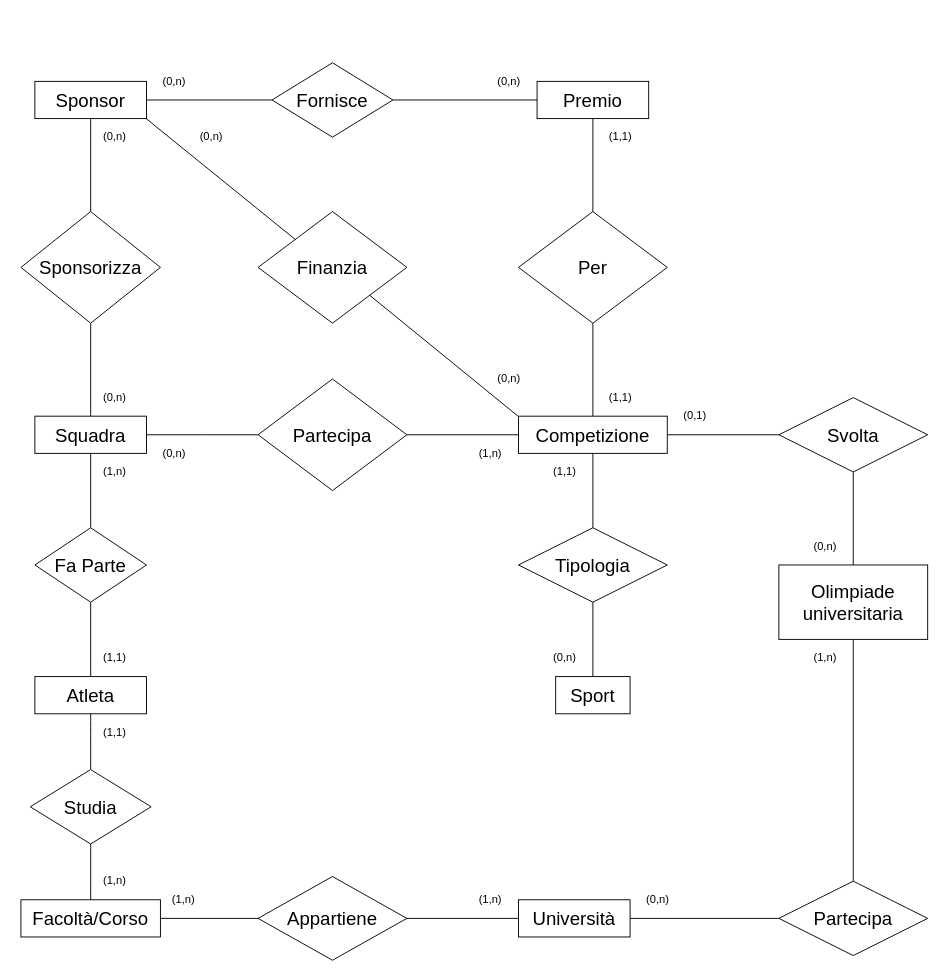
This is page "Schema E-R" (1 of 2) of Olimpiadi Samuele.drawio from giovannivelludo/database-project, a draw.io file, before an edit. Source tidied: cells renumbered, new cells numbered last; positions are measured from the earlier drawing's top-left corner, leaving out a move shared by most shapes. Both pictures are drawn from the tidied source at 93%, with x=0, y=0 at pixel (20, 62).
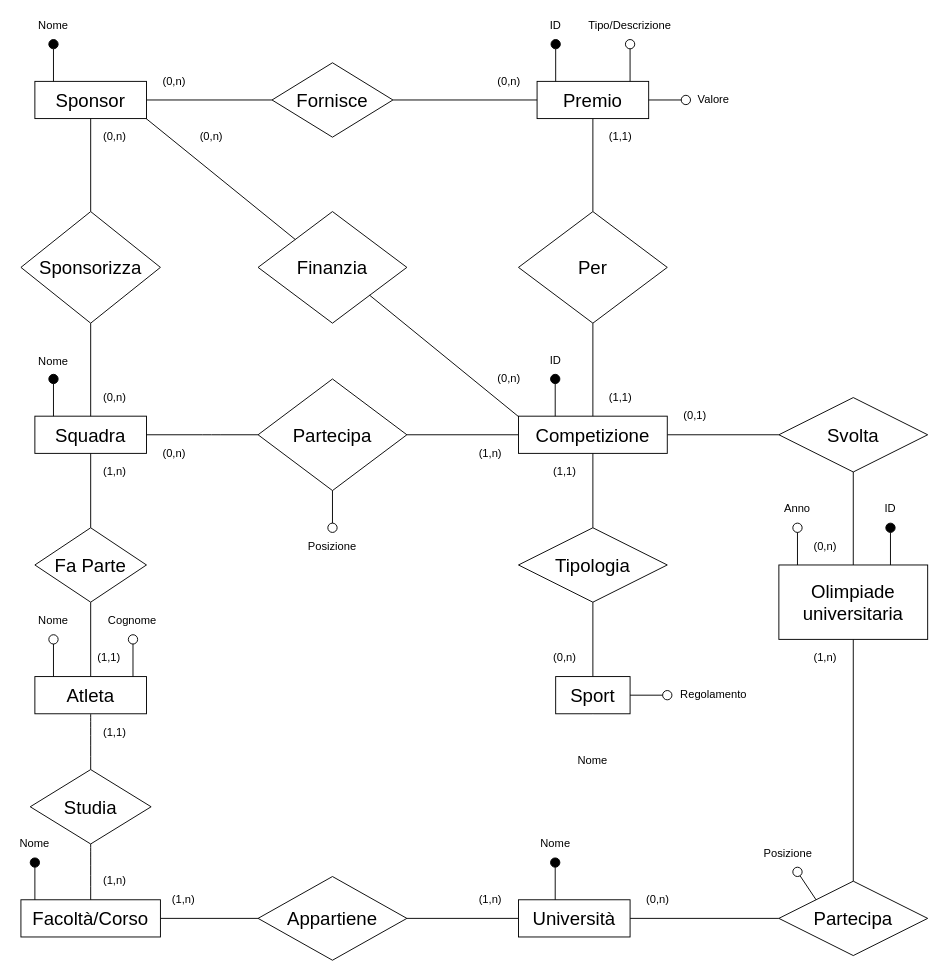
The same page after the edit.

Commit message:
Aggiunti attributi

Unchanged cells that the change refers to:
```xml
<mxCell id="3" value="&lt;font style=&quot;font-size: 20px&quot;&gt;Partecipa&lt;/font&gt;" style="rhombus;whiteSpace=wrap;html=1;" parent="1" vertex="1">
  <mxGeometry x="255" y="340" width="160" height="120" as="geometry" />
</mxCell>
<mxCell id="11" value="Sport" style="rounded=0;whiteSpace=wrap;html=1;fontSize=20;" parent="1" vertex="1">
  <mxGeometry x="575" y="660" width="80" height="40" as="geometry" />
</mxCell>
<mxCell id="42" value="Premio" style="rounded=0;whiteSpace=wrap;html=1;horizontal=1;fontSize=20;comic=0;glass=0;shadow=0;" parent="1" vertex="1">
  <mxGeometry x="555" y="20" width="120" height="40" as="geometry" />
</mxCell>
```

The edit, as a diff of the source:
```diff
@@
     <mxCell id="26" value="(1,1)" style="text;html=1;strokeColor=none;fillColor=none;align=center;verticalAlign=middle;whiteSpace=wrap;rounded=0;" parent="1" vertex="1">
-      <mxGeometry x="81" y="630" width="40" height="20" as="geometry" />
+      <mxGeometry x="75" y="630" width="40" height="20" as="geometry" />
     </mxCell>
@@
+    <mxCell id="66" style="endArrow=oval;html=1;endFill=1;endSize=10;rounded=0;strokeColor=#FFFFFF;" parent="1" edge="1">
+      <mxGeometry relative="1" as="geometry">
+        <mxPoint x="615" y="701" as="sourcePoint" />
+        <mxPoint x="615" y="740" as="targetPoint" />
+      </mxGeometry>
+    </mxCell>
+    <mxCell id="67" value="Nome" style="text;html=1;strokeColor=none;fillColor=none;align=center;verticalAlign=middle;whiteSpace=wrap;rounded=0;" parent="1" vertex="1">
+      <mxGeometry x="595" y="740" width="40" height="20" as="geometry" />
+    </mxCell>
+    <mxCell id="68" style="endArrow=oval;html=1;endFill=1;endSize=10;" parent="1" edge="1">
+      <mxGeometry relative="1" as="geometry">
+        <mxPoint x="574.5" y="380" as="sourcePoint" />
+        <mxPoint x="574.5" y="340" as="targetPoint" />
+      </mxGeometry>
+    </mxCell>
+    <mxCell id="69" value="ID" style="text;html=1;strokeColor=none;fillColor=none;align=center;verticalAlign=middle;whiteSpace=wrap;rounded=0;spacing=2;spacingBottom=0;imageWidth=24;labelPadding=0;" parent="1" vertex="1">
+      <mxGeometry x="555" y="310" width="40" height="20" as="geometry" />
+    </mxCell>
+    <mxCell id="70" style="endArrow=oval;html=1;endFill=1;endSize=10;" parent="1" edge="1">
+      <mxGeometry relative="1" as="geometry">
+        <mxPoint x="935" y="540" as="sourcePoint" />
+        <mxPoint x="935" y="500" as="targetPoint" />
+      </mxGeometry>
+    </mxCell>
+    <mxCell id="71" value="ID" style="text;html=1;strokeColor=none;fillColor=none;align=center;verticalAlign=middle;whiteSpace=wrap;rounded=0;" parent="1" vertex="1">
+      <mxGeometry x="915" y="470" width="40" height="20" as="geometry" />
+    </mxCell>
+    <mxCell id="72" style="endArrow=oval;html=1;endFill=1;endSize=10;" parent="1" edge="1">
+      <mxGeometry relative="1" as="geometry">
+        <mxPoint x="574.5" y="900" as="sourcePoint" />
+        <mxPoint x="574.5" y="860" as="targetPoint" />
+      </mxGeometry>
+    </mxCell>
+    <mxCell id="73" value="Nome" style="text;html=1;strokeColor=none;fillColor=none;align=center;verticalAlign=middle;whiteSpace=wrap;rounded=0;" parent="1" vertex="1">
+      <mxGeometry x="555" y="830" width="40" height="20" as="geometry" />
+    </mxCell>
+    <mxCell id="74" style="endArrow=oval;html=1;endFill=1;endSize=10;" parent="1" edge="1">
+      <mxGeometry relative="1" as="geometry">
+        <mxPoint x="15" y="900" as="sourcePoint" />
+        <mxPoint x="15" y="860" as="targetPoint" />
+      </mxGeometry>
+    </mxCell>
+    <mxCell id="75" value="Nome" style="text;html=1;strokeColor=none;fillColor=none;align=center;verticalAlign=middle;whiteSpace=wrap;rounded=0;" parent="1" vertex="1">
+      <mxGeometry x="-5" y="830" width="40" height="20" as="geometry" />
+    </mxCell>
+    <mxCell id="76" style="endArrow=oval;html=1;endFill=1;endSize=10;" parent="1" edge="1">
+      <mxGeometry relative="1" as="geometry">
+        <mxPoint x="35" y="380" as="sourcePoint" />
+        <mxPoint x="35" y="340" as="targetPoint" />
+      </mxGeometry>
+    </mxCell>
+    <mxCell id="77" value="Nome" style="text;html=1;strokeColor=none;fillColor=none;align=center;verticalAlign=middle;whiteSpace=wrap;rounded=0;" parent="1" vertex="1">
+      <mxGeometry x="15" y="311" width="40" height="20" as="geometry" />
+    </mxCell>
+    <mxCell id="78" value="Nome" style="text;html=1;strokeColor=none;fillColor=none;align=center;verticalAlign=middle;whiteSpace=wrap;rounded=0;" parent="1" vertex="1">
+      <mxGeometry x="15" y="590" width="40" height="20" as="geometry" />
+    </mxCell>
+    <mxCell id="79" style="endArrow=oval;html=1;endFill=0;endSize=10;" parent="1" edge="1">
+      <mxGeometry relative="1" as="geometry">
+        <mxPoint x="120.5" y="660" as="sourcePoint" />
+        <mxPoint x="120.5" y="620" as="targetPoint" />
+      </mxGeometry>
+    </mxCell>
+    <mxCell id="80" value="Cognome" style="text;html=1;strokeColor=none;fillColor=none;align=center;verticalAlign=middle;whiteSpace=wrap;rounded=0;" parent="1" vertex="1">
+      <mxGeometry x="100" y="590" width="40" height="20" as="geometry" />
+    </mxCell>
+    <mxCell id="81" style="endArrow=oval;html=1;endFill=1;endSize=10;" parent="1" edge="1">
+      <mxGeometry relative="1" as="geometry">
+        <mxPoint x="35" y="20" as="sourcePoint" />
+        <mxPoint x="35" y="-20" as="targetPoint" />
+      </mxGeometry>
+    </mxCell>
+    <mxCell id="82" value="Nome" style="text;html=1;strokeColor=none;fillColor=none;align=center;verticalAlign=middle;whiteSpace=wrap;rounded=0;" parent="1" vertex="1">
+      <mxGeometry x="15" y="-50" width="40" height="20" as="geometry" />
+    </mxCell>
+    <mxCell id="83" style="endArrow=oval;html=1;endFill=1;endSize=10;" parent="1" edge="1">
+      <mxGeometry relative="1" as="geometry">
+        <mxPoint x="575" y="20" as="sourcePoint" />
+        <mxPoint x="575" y="-20" as="targetPoint" />
+      </mxGeometry>
+    </mxCell>
+    <mxCell id="84" value="ID" style="text;html=1;strokeColor=none;fillColor=none;align=center;verticalAlign=middle;whiteSpace=wrap;rounded=0;" parent="1" vertex="1">
+      <mxGeometry x="555" y="-50" width="40" height="20" as="geometry" />
+    </mxCell>
+    <mxCell id="85" style="endArrow=oval;html=1;endFill=0;endSize=10;" parent="1" edge="1">
+      <mxGeometry relative="1" as="geometry">
+        <mxPoint x="655" y="20" as="sourcePoint" />
+        <mxPoint x="655" y="-20" as="targetPoint" />
+      </mxGeometry>
+    </mxCell>
+    <mxCell id="86" value="Tipo/Descrizione" style="text;html=1;strokeColor=none;fillColor=none;align=center;verticalAlign=middle;whiteSpace=wrap;rounded=0;" parent="1" vertex="1">
+      <mxGeometry x="635" y="-50" width="40" height="20" as="geometry" />
+    </mxCell>
+    <mxCell id="87" style="endArrow=oval;html=1;endFill=0;endSize=10;exitX=1;exitY=0.5;exitDx=0;exitDy=0;" parent="1" edge="1" source="42">
+      <mxGeometry relative="1" as="geometry">
+        <mxPoint x="715" y="40" as="targetPoint" />
+      </mxGeometry>
+    </mxCell>
+    <mxCell id="88" value="Valore" style="text;html=1;strokeColor=none;fillColor=none;align=center;verticalAlign=middle;whiteSpace=wrap;rounded=0;" parent="1" vertex="1">
+      <mxGeometry x="725" y="30" width="40" height="20" as="geometry" />
+    </mxCell>
+    <mxCell id="89" style="endArrow=oval;html=1;endFill=0;endSize=10;" parent="1" edge="1">
+      <mxGeometry relative="1" as="geometry">
+        <mxPoint x="855" y="900" as="sourcePoint" />
+        <mxPoint x="835" y="870" as="targetPoint" />
+      </mxGeometry>
+    </mxCell>
+    <mxCell id="90" value="Posizione" style="text;html=1;strokeColor=none;fillColor=none;align=center;verticalAlign=middle;whiteSpace=wrap;rounded=0;" parent="1" vertex="1">
+      <mxGeometry x="805" y="840" width="40" height="20" as="geometry" />
+    </mxCell>
+    <mxCell id="91" style="endArrow=oval;html=1;endFill=0;endSize=10;" parent="1" edge="1">
+      <mxGeometry relative="1" as="geometry">
+        <mxPoint x="835" y="540" as="sourcePoint" />
+        <mxPoint x="835" y="500" as="targetPoint" />
+      </mxGeometry>
+    </mxCell>
+    <mxCell id="92" value="Anno" style="text;html=1;strokeColor=none;fillColor=none;align=center;verticalAlign=middle;whiteSpace=wrap;rounded=0;" parent="1" vertex="1">
+      <mxGeometry x="815" y="470" width="40" height="20" as="geometry" />
+    </mxCell>
+    <mxCell id="93" style="endArrow=oval;html=1;endFill=0;endSize=10;exitX=1;exitY=0.5;exitDx=0;exitDy=0;" parent="1" edge="1" source="11">
+      <mxGeometry relative="1" as="geometry">
+        <mxPoint x="695" y="680" as="targetPoint" />
+      </mxGeometry>
+    </mxCell>
+    <mxCell id="94" value="Regolamento" style="text;html=1;strokeColor=none;fillColor=none;align=center;verticalAlign=middle;whiteSpace=wrap;rounded=0;" parent="1" vertex="1">
+      <mxGeometry x="725" y="670" width="40" height="20" as="geometry" />
+    </mxCell>
+    <mxCell id="95" style="endArrow=oval;html=1;endFill=0;endSize=10;exitX=0.5;exitY=1;exitDx=0;exitDy=0;" parent="1" edge="1" source="3">
+      <mxGeometry relative="1" as="geometry">
+        <mxPoint x="335" y="500" as="targetPoint" />
+      </mxGeometry>
+    </mxCell>
+    <mxCell id="96" value="Posizione" style="text;html=1;strokeColor=none;fillColor=none;align=center;verticalAlign=middle;whiteSpace=wrap;rounded=0;" parent="1" vertex="1">
+      <mxGeometry x="315" y="510" width="40" height="20" as="geometry" />
+    </mxCell>
+    <mxCell id="97" style="endArrow=oval;html=1;endFill=0;endSize=10;" parent="1" edge="1">
+      <mxGeometry relative="1" as="geometry">
+        <mxPoint x="35" y="660" as="sourcePoint" />
+        <mxPoint x="35" y="620" as="targetPoint" />
+      </mxGeometry>
+    </mxCell>
```
